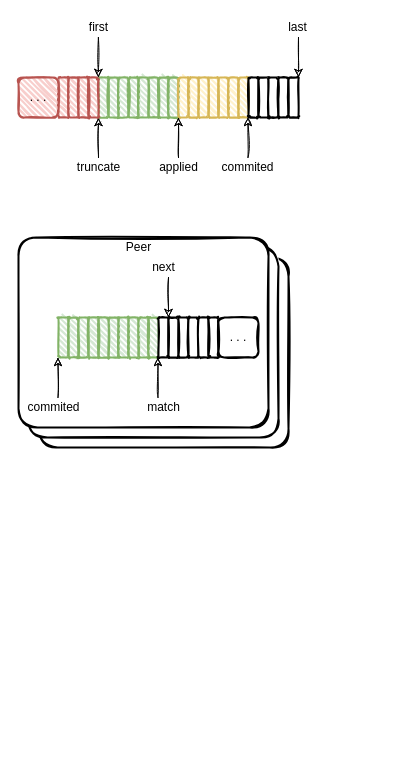
EarthWind/deeparch keeps this draw.io diagram as consensus/raft.drawio. Above is the earlier version. Source tidied: cells renumbered, new cells numbered last; positions are measured from the earlier drawing's top-left corner, leaving out a move shared by most shapes. Both pictures are drawn from the tidied source at 100%, with x=0, y=0 at pixel (18, 17).
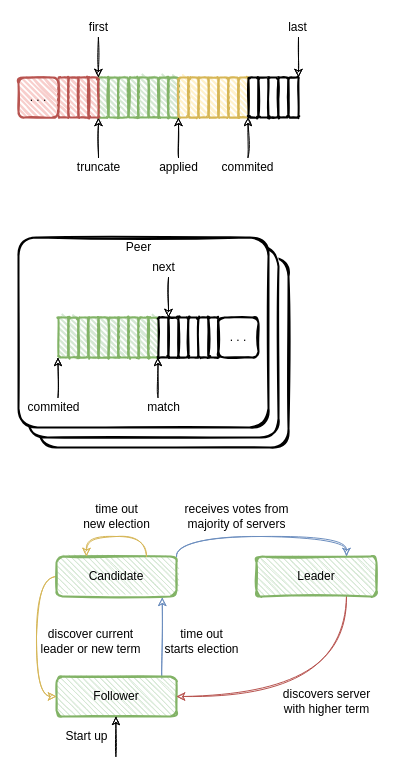
After the change.

What changed in the source:
```diff
@@
+    <mxCell id="64" style="rounded=0;sketch=1;jettySize=auto;html=1;entryX=0.882;entryY=1.021;entryDx=0;entryDy=0;fontSize=12;startArrow=none;startFill=0;endArrow=classic;endFill=1;entryPerimeter=0;exitX=0.877;exitY=0.036;exitDx=0;exitDy=0;exitPerimeter=0;fillColor=#dae8fc;strokeColor=#6c8ebf;" parent="1" edge="1" source="65" target="68">
+      <mxGeometry relative="1" as="geometry" />
+    </mxCell>
+    <mxCell id="65" value="Follower" style="rounded=1;whiteSpace=wrap;html=1;strokeWidth=2;fillWeight=1;hachureGap=4;hachureAngle=45;fillColor=#d5e8d4;sketch=1;fontSize=12;strokeColor=#82b366;" parent="1" vertex="1">
+      <mxGeometry x="38" y="659" width="120" height="40" as="geometry" />
+    </mxCell>
+    <mxCell id="66" style="edgeStyle=orthogonalEdgeStyle;curved=1;rounded=0;sketch=1;jettySize=auto;html=1;entryX=0;entryY=0.5;entryDx=0;entryDy=0;fontSize=12;startArrow=none;startFill=0;endArrow=classic;endFill=1;exitX=0;exitY=0.5;exitDx=0;exitDy=0;fillColor=#fff2cc;strokeColor=#d6b656;" parent="1" edge="1" source="68" target="65">
+      <mxGeometry relative="1" as="geometry" />
+    </mxCell>
+    <mxCell id="67" style="edgeStyle=orthogonalEdgeStyle;curved=1;rounded=0;sketch=1;jettySize=auto;html=1;entryX=0.75;entryY=0;entryDx=0;entryDy=0;fontSize=12;startArrow=none;startFill=0;endArrow=classic;endFill=1;exitX=1;exitY=0;exitDx=0;exitDy=0;fillColor=#dae8fc;strokeColor=#6c8ebf;" parent="1" edge="1" source="68" target="70">
+      <mxGeometry relative="1" as="geometry" />
+    </mxCell>
+    <mxCell id="68" value="Candidate" style="rounded=1;whiteSpace=wrap;html=1;strokeWidth=2;fillWeight=1;hachureGap=4;hachureAngle=45;fillColor=#d5e8d4;sketch=1;fontSize=12;strokeColor=#82b366;" parent="1" vertex="1">
+      <mxGeometry x="38" y="539" width="120" height="40" as="geometry" />
+    </mxCell>
+    <mxCell id="69" style="edgeStyle=orthogonalEdgeStyle;curved=1;rounded=0;sketch=1;jettySize=auto;html=1;entryX=1;entryY=0.5;entryDx=0;entryDy=0;fontSize=12;startArrow=none;startFill=0;endArrow=classic;endFill=1;exitX=0.75;exitY=1;exitDx=0;exitDy=0;fillColor=#f8cecc;strokeColor=#b85450;" parent="1" edge="1" source="70" target="65">
+      <mxGeometry relative="1" as="geometry" />
+    </mxCell>
+    <mxCell id="70" value="Leader" style="rounded=1;whiteSpace=wrap;html=1;strokeWidth=2;fillWeight=1;hachureGap=4;hachureAngle=45;fillColor=#d5e8d4;sketch=1;fontSize=12;strokeColor=#82b366;" parent="1" vertex="1">
+      <mxGeometry x="238" y="539" width="120" height="40" as="geometry" />
+    </mxCell>
+    <mxCell id="71" style="endArrow=classic;html=1;fontSize=12;sketch=1;" parent="1" edge="1">
+      <mxGeometry relative="1" as="geometry">
+        <mxPoint x="97.4" y="739" as="sourcePoint" />
+        <mxPoint x="97.4" y="699" as="targetPoint" />
+      </mxGeometry>
+    </mxCell>
+    <mxCell id="72" value="Start up" style="text;html=1;align=center;verticalAlign=middle;strokeColor=none;fillColor=none;fontSize=12;" parent="1" vertex="1">
+      <mxGeometry x="38" y="709" width="60" height="20" as="geometry" />
+    </mxCell>
+    <mxCell id="73" value="time out&lt;br&gt;starts election" style="text;html=1;align=center;verticalAlign=middle;strokeColor=none;fillColor=none;fontSize=12;" parent="1" vertex="1">
+      <mxGeometry x="138" y="609" width="90" height="30" as="geometry" />
+    </mxCell>
+    <mxCell id="74" value="discover current&lt;br&gt;leader or new term" style="text;html=1;align=center;verticalAlign=middle;strokeColor=none;fillColor=none;fontSize=12;" parent="1" vertex="1">
+      <mxGeometry x="12" y="609" width="120" height="30" as="geometry" />
+    </mxCell>
+    <mxCell id="75" style="rounded=0;sketch=1;orthogonalLoop=1;jettySize=auto;html=1;entryX=0.75;entryY=0;entryDx=0;entryDy=0;fontSize=12;startArrow=classic;startFill=1;endArrow=none;endFill=0;exitX=0.25;exitY=0;exitDx=0;exitDy=0;edgeStyle=orthogonalEdgeStyle;elbow=vertical;curved=1;fillColor=#fff2cc;strokeColor=#d6b656;" parent="1" edge="1" source="68" target="68">
+      <mxGeometry relative="1" as="geometry">
+        <Array as="points">
+          <mxPoint x="68" y="519" />
+          <mxPoint x="128" y="519" />
+        </Array>
+      </mxGeometry>
+    </mxCell>
+    <mxCell id="76" value="time out&lt;br&gt;new election" style="text;html=1;align=center;verticalAlign=middle;strokeColor=none;fillColor=none;fontSize=12;" parent="1" vertex="1">
+      <mxGeometry x="58" y="484" width="80" height="30" as="geometry" />
+    </mxCell>
+    <mxCell id="77" value="receives votes from&lt;br&gt;majority of servers" style="text;html=1;align=center;verticalAlign=middle;strokeColor=none;fillColor=none;fontSize=12;" parent="1" vertex="1">
+      <mxGeometry x="158" y="484" width="120" height="30" as="geometry" />
+    </mxCell>
+    <mxCell id="78" value="discovers server&lt;br&gt;with higher term" style="text;html=1;align=center;verticalAlign=middle;strokeColor=none;fillColor=none;fontSize=12;" parent="1" vertex="1">
+      <mxGeometry x="258" y="669" width="100" height="30" as="geometry" />
+    </mxCell>
```
